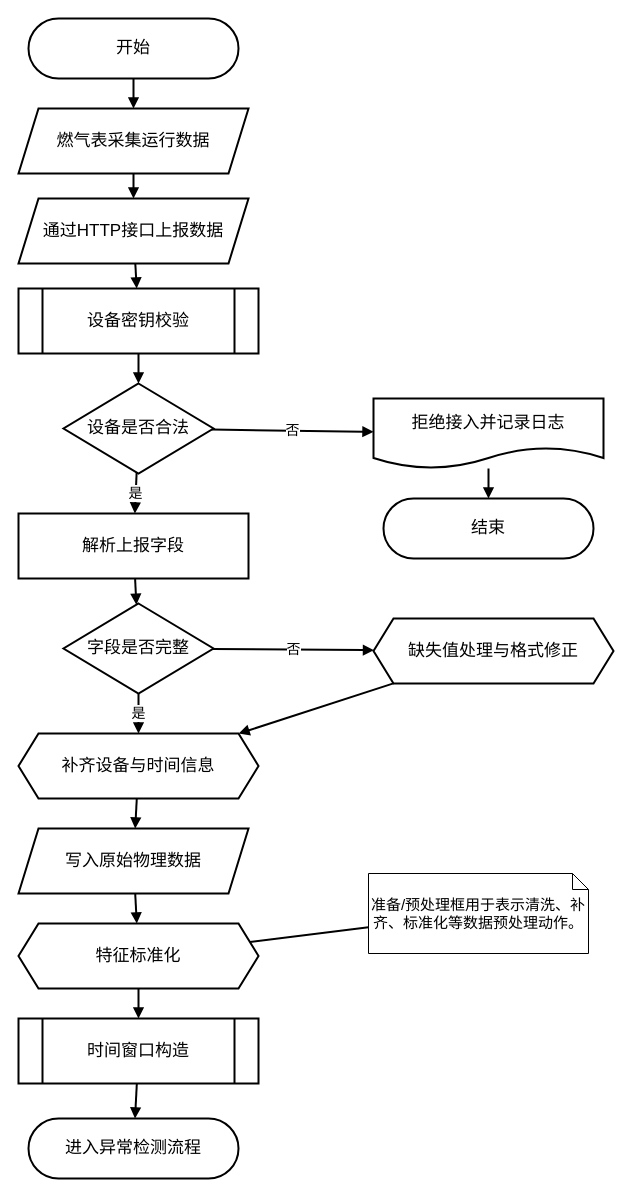
The draw.io diagram pictures_drawio/数据接入与预处理流程图.drawio in solisW/my_thesis_system, before the edit. Source tidied: cells renumbered, new cells numbered last; positions are measured from the earlier drawing's top-left corner, leaving out a move shared by most shapes. Both pictures are drawn from the tidied source at 100%, with x=0, y=0 at pixel (18, 18).
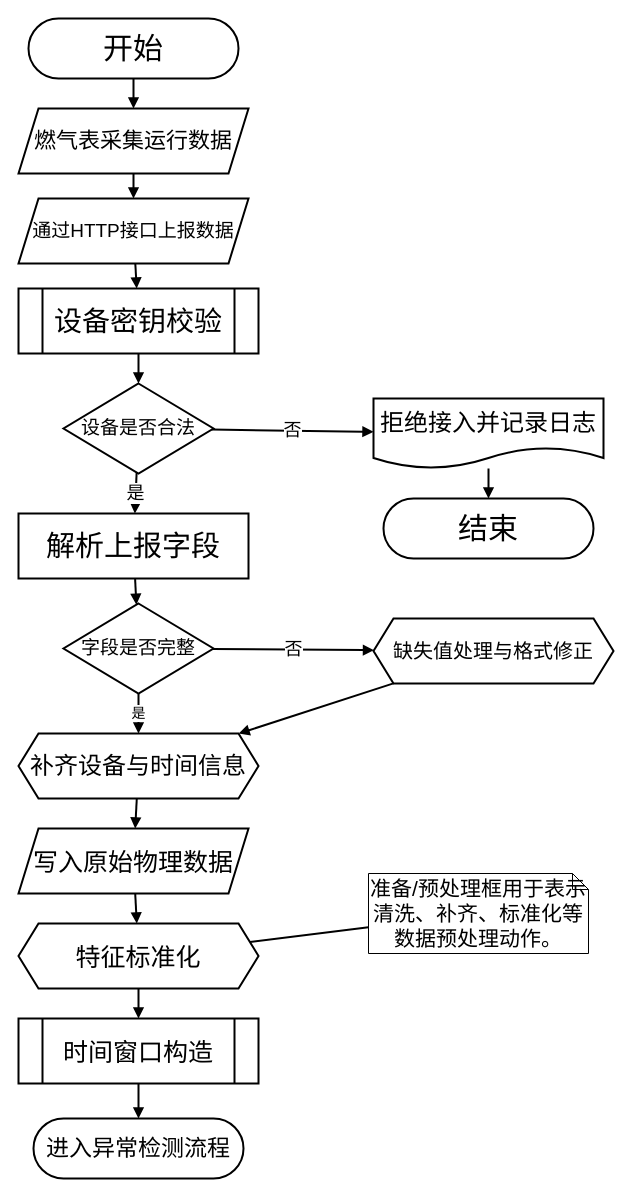
The same page after the edit.

Change to the diagram source:
```diff
@@
-    <mxCell id="2" value="开始" style="rounded=1;arcSize=50;whiteSpace=wrap;html=1;fillColor=#ffffff;strokeColor=#000000;strokeWidth=2;fontSize=17;" parent="1" vertex="1">
+    <mxCell id="2" value="&lt;font style=&quot;font-size: 30px;&quot;&gt;开始&lt;/font&gt;" style="rounded=1;arcSize=50;whiteSpace=wrap;html=1;fillColor=#ffffff;strokeColor=#000000;strokeWidth=2;fontSize=17;" parent="1" vertex="1">
       <mxGeometry x="10" width="210" height="60" as="geometry" />
     </mxCell>
-    <mxCell id="3" value="燃气表采集运行数据" style="shape=parallelogram;perimeter=parallelogramPerimeter;whiteSpace=wrap;html=1;fixedSize=1;fillColor=#ffffff;strokeColor=#000000;strokeWidth=2;fontSize=17;" parent="1" vertex="1">
+    <mxCell id="3" value="&lt;font style=&quot;font-size: 22px;&quot;&gt;燃气表采集运行数据&lt;/font&gt;" style="shape=parallelogram;perimeter=parallelogramPerimeter;whiteSpace=wrap;html=1;fixedSize=1;fillColor=#ffffff;strokeColor=#000000;strokeWidth=2;fontSize=17;" parent="1" vertex="1">
       <mxGeometry y="90" width="230" height="65" as="geometry" />
     </mxCell>
-    <mxCell id="4" value="通过HTTP接口上报数据" style="shape=parallelogram;perimeter=parallelogramPerimeter;whiteSpace=wrap;html=1;fixedSize=1;fillColor=#ffffff;strokeColor=#000000;strokeWidth=2;fontSize=17;" parent="1" vertex="1">
+    <mxCell id="4" value="&lt;font style=&quot;font-size: 19px;&quot;&gt;通过HTTP接口上报数据&lt;/font&gt;" style="shape=parallelogram;perimeter=parallelogramPerimeter;whiteSpace=wrap;html=1;fixedSize=1;fillColor=#ffffff;strokeColor=#000000;strokeWidth=2;fontSize=17;" parent="1" vertex="1">
       <mxGeometry y="180" width="230" height="65" as="geometry" />
     </mxCell>
-    <mxCell id="5" value="设备密钥校验" style="shape=process;whiteSpace=wrap;html=1;backgroundOutline=1;fillColor=#ffffff;strokeColor=#000000;strokeWidth=2;fontSize=17;" parent="1" vertex="1">
+    <mxCell id="5" value="&lt;font style=&quot;font-size: 28px;&quot;&gt;设备密钥校验&lt;/font&gt;" style="shape=process;whiteSpace=wrap;html=1;backgroundOutline=1;fillColor=#ffffff;strokeColor=#000000;strokeWidth=2;fontSize=17;" parent="1" vertex="1">
       <mxGeometry y="270" width="240" height="65" as="geometry" />
     </mxCell>
-    <mxCell id="6" value="设备是否合法" style="rhombus;whiteSpace=wrap;html=1;fillColor=#ffffff;strokeColor=#000000;strokeWidth=2;fontSize=17;" parent="1" vertex="1">
+    <mxCell id="6" value="&lt;font style=&quot;font-size: 19px;&quot;&gt;设备是否合法&lt;/font&gt;" style="rhombus;whiteSpace=wrap;html=1;fillColor=#ffffff;strokeColor=#000000;strokeWidth=2;fontSize=17;" parent="1" vertex="1">
       <mxGeometry x="45" y="365" width="150" height="90" as="geometry" />
     </mxCell>
-    <mxCell id="7" value="拒绝接入并记录日志" style="shape=document;whiteSpace=wrap;html=1;boundedLbl=1;fillColor=#ffffff;strokeColor=#000000;strokeWidth=2;fontSize=17;" parent="1" vertex="1">
+    <mxCell id="7" value="&lt;font style=&quot;font-size: 24px;&quot;&gt;拒绝接入并记录日志&lt;/font&gt;" style="shape=document;whiteSpace=wrap;html=1;boundedLbl=1;fillColor=#ffffff;strokeColor=#000000;strokeWidth=2;fontSize=17;" parent="1" vertex="1">
       <mxGeometry x="355" y="380" width="230" height="70" as="geometry" />
     </mxCell>
-    <mxCell id="8" value="结束" style="rounded=1;arcSize=50;whiteSpace=wrap;html=1;fillColor=#ffffff;strokeColor=#000000;strokeWidth=2;fontSize=17;" parent="1" vertex="1">
+    <mxCell id="8" value="&lt;font style=&quot;font-size: 30px;&quot;&gt;结束&lt;/font&gt;" style="rounded=1;arcSize=50;whiteSpace=wrap;html=1;fillColor=#ffffff;strokeColor=#000000;strokeWidth=2;fontSize=17;" parent="1" vertex="1">
       <mxGeometry x="365" y="480" width="210" height="60" as="geometry" />
     </mxCell>
-    <mxCell id="9" value="解析上报字段" style="rounded=0;whiteSpace=wrap;html=1;fillColor=#ffffff;strokeColor=#000000;strokeWidth=2;fontSize=17;" parent="1" vertex="1">
+    <mxCell id="9" value="&lt;font style=&quot;font-size: 29px;&quot;&gt;解析上报字段&lt;/font&gt;" style="rounded=0;whiteSpace=wrap;html=1;fillColor=#ffffff;strokeColor=#000000;strokeWidth=2;fontSize=17;" parent="1" vertex="1">
       <mxGeometry y="495" width="230" height="65" as="geometry" />
     </mxCell>
-    <mxCell id="10" value="字段是否完整" style="rhombus;whiteSpace=wrap;html=1;fillColor=#ffffff;strokeColor=#000000;strokeWidth=2;fontSize=17;" parent="1" vertex="1">
+    <mxCell id="10" value="&lt;font style=&quot;font-size: 19px;&quot;&gt;字段是否完整&lt;/font&gt;" style="rhombus;whiteSpace=wrap;html=1;fillColor=#ffffff;strokeColor=#000000;strokeWidth=2;fontSize=17;" parent="1" vertex="1">
       <mxGeometry x="45" y="585" width="150" height="90" as="geometry" />
     </mxCell>
-    <mxCell id="11" value="缺失值处理与格式修正" style="shape=hexagon;perimeter=hexagonPerimeter2;whiteSpace=wrap;html=1;fixedSize=1;fillColor=#ffffff;strokeColor=#000000;strokeWidth=2;fontSize=17;" parent="1" vertex="1">
+    <mxCell id="11" value="&lt;font style=&quot;font-size: 20px;&quot;&gt;缺失值处理与格式修正&lt;/font&gt;" style="shape=hexagon;perimeter=hexagonPerimeter2;whiteSpace=wrap;html=1;fixedSize=1;fillColor=#ffffff;strokeColor=#000000;strokeWidth=2;fontSize=17;" parent="1" vertex="1">
       <mxGeometry x="355" y="600" width="240" height="65" as="geometry" />
     </mxCell>
-    <mxCell id="12" value="补齐设备与时间信息" style="shape=hexagon;perimeter=hexagonPerimeter2;whiteSpace=wrap;html=1;fixedSize=1;fillColor=#ffffff;strokeColor=#000000;strokeWidth=2;fontSize=17;" parent="1" vertex="1">
+    <mxCell id="12" value="&lt;font style=&quot;font-size: 24px;&quot;&gt;补齐设备与时间信息&lt;/font&gt;" style="shape=hexagon;perimeter=hexagonPerimeter2;whiteSpace=wrap;html=1;fixedSize=1;fillColor=#ffffff;strokeColor=#000000;strokeWidth=2;fontSize=17;" parent="1" vertex="1">
       <mxGeometry y="715" width="240" height="65" as="geometry" />
     </mxCell>
-    <mxCell id="13" value="写入原始物理数据" style="shape=parallelogram;perimeter=parallelogramPerimeter;whiteSpace=wrap;html=1;fixedSize=1;fillColor=#ffffff;strokeColor=#000000;strokeWidth=2;fontSize=17;" parent="1" vertex="1">
+    <mxCell id="13" value="&lt;font style=&quot;font-size: 25px;&quot;&gt;写入原始物理数据&lt;/font&gt;" style="shape=parallelogram;perimeter=parallelogramPerimeter;whiteSpace=wrap;html=1;fixedSize=1;fillColor=#ffffff;strokeColor=#000000;strokeWidth=2;fontSize=17;" parent="1" vertex="1">
       <mxGeometry y="810" width="230" height="65" as="geometry" />
     </mxCell>
-    <mxCell id="14" value="特征标准化" style="shape=hexagon;perimeter=hexagonPerimeter2;whiteSpace=wrap;html=1;fixedSize=1;fillColor=#ffffff;strokeColor=#000000;strokeWidth=2;fontSize=17;" parent="1" vertex="1">
+    <mxCell id="14" value="&lt;font style=&quot;font-size: 25px;&quot;&gt;特征标准化&lt;/font&gt;" style="shape=hexagon;perimeter=hexagonPerimeter2;whiteSpace=wrap;html=1;fixedSize=1;fillColor=#ffffff;strokeColor=#000000;strokeWidth=2;fontSize=17;" parent="1" vertex="1">
       <mxGeometry y="905" width="240" height="65" as="geometry" />
     </mxCell>
-    <mxCell id="15" value="时间窗口构造" style="shape=process;whiteSpace=wrap;html=1;backgroundOutline=1;fillColor=#ffffff;strokeColor=#000000;strokeWidth=2;fontSize=17;" parent="1" vertex="1">
+    <mxCell id="15" value="&lt;font style=&quot;font-size: 25px;&quot;&gt;时间窗口构造&lt;/font&gt;" style="shape=process;whiteSpace=wrap;html=1;backgroundOutline=1;fillColor=#ffffff;strokeColor=#000000;strokeWidth=2;fontSize=17;" parent="1" vertex="1">
       <mxGeometry y="1000" width="240" height="65" as="geometry" />
     </mxCell>
-    <mxCell id="16" value="进入异常检测流程" style="rounded=1;arcSize=50;whiteSpace=wrap;html=1;fillColor=#ffffff;strokeColor=#000000;strokeWidth=2;fontSize=17;" parent="1" vertex="1">
-      <mxGeometry x="10" y="1100" width="210" height="60" as="geometry" />
+    <mxCell id="16" value="&lt;font style=&quot;font-size: 23px;&quot;&gt;进入异常检测流程&lt;/font&gt;" style="rounded=1;arcSize=50;whiteSpace=wrap;html=1;fillColor=#ffffff;strokeColor=#000000;strokeWidth=2;fontSize=17;" parent="1" vertex="1">
+      <mxGeometry x="15" y="1100" width="210" height="60" as="geometry" />
     </mxCell>
-    <mxCell id="17" value="准备/预处理框用于表示清洗、补齐、标准化等数据预处理动作。" style="shape=note;whiteSpace=wrap;html=1;size=16;fillColor=#ffffff;strokeColor=#000000;strokeWidth=1;fontSize=15;" parent="1" vertex="1">
+    <mxCell id="17" value="&lt;font style=&quot;font-size: 21px;&quot;&gt;准备/预处理框用于表示清洗、补齐、标准化等数据预处理动作。&lt;/font&gt;" style="shape=note;whiteSpace=wrap;html=1;size=16;fillColor=#ffffff;strokeColor=#000000;strokeWidth=1;fontSize=15;" parent="1" vertex="1">
       <mxGeometry x="350" y="855" width="220" height="80" as="geometry" />
     </mxCell>
@@
-    <mxCell id="22" value="是" style="endArrow=block;html=1;rounded=0;strokeWidth=2;fontSize=14;" parent="1" edge="1" source="6" target="9">
+    <mxCell id="22" value="&lt;font style=&quot;font-size: 18px;&quot;&gt;是&lt;/font&gt;" style="endArrow=block;html=1;rounded=0;strokeWidth=2;fontSize=14;" parent="1" edge="1" source="6" target="9">
       <mxGeometry relative="1" as="geometry" />
     </mxCell>
-    <mxCell id="23" value="否" style="endArrow=block;html=1;rounded=0;strokeWidth=2;fontSize=14;" parent="1" edge="1" source="6" target="7">
+    <mxCell id="23" value="&lt;font style=&quot;font-size: 18px;&quot;&gt;否&lt;/font&gt;" style="endArrow=block;html=1;rounded=0;strokeWidth=2;fontSize=14;" parent="1" edge="1" source="6" target="7">
       <mxGeometry relative="1" as="geometry" />
     </mxCell>
@@
-    <mxCell id="27" value="否" style="endArrow=block;html=1;rounded=0;strokeWidth=2;fontSize=14;" parent="1" edge="1" source="10" target="11">
+    <mxCell id="27" value="&lt;font style=&quot;font-size: 18px;&quot;&gt;否&lt;/font&gt;" style="endArrow=block;html=1;rounded=0;strokeWidth=2;fontSize=14;" parent="1" edge="1" source="10" target="11">
       <mxGeometry relative="1" as="geometry" />
     </mxCell>
```
